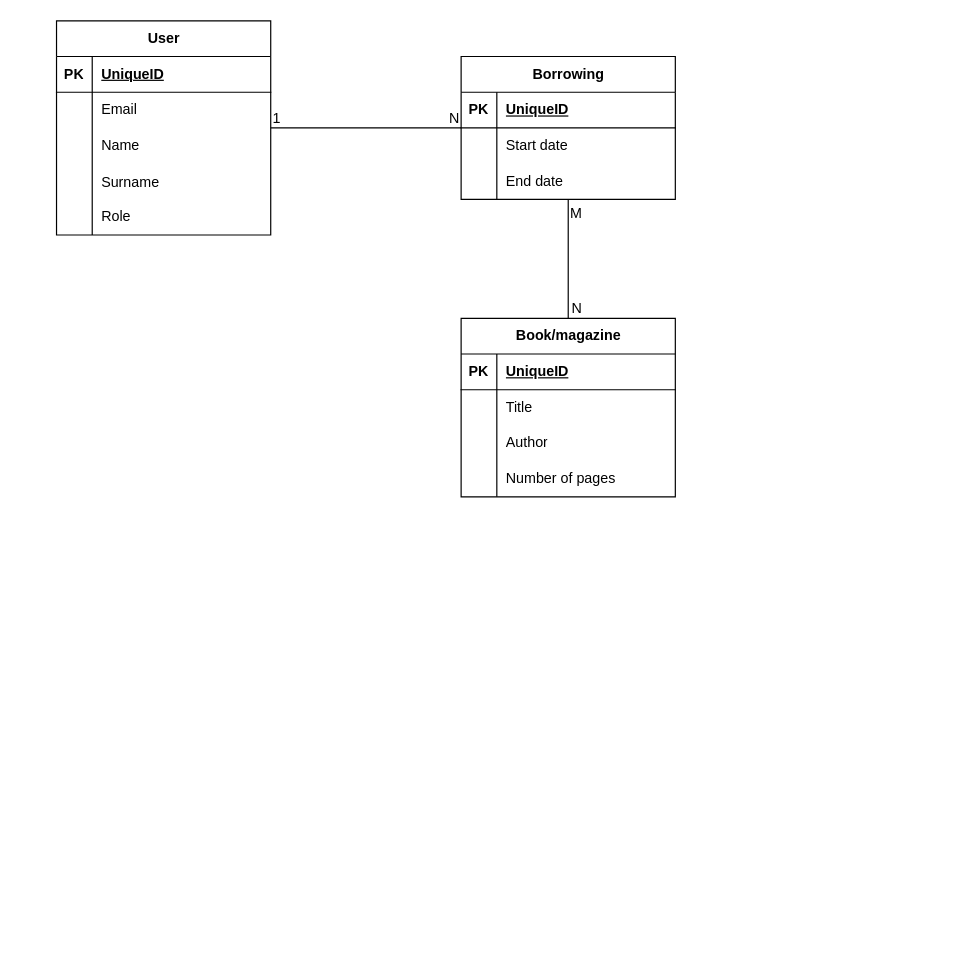
The draw.io diagram er.drawio in Martan03/IDS-project, before the edit. Source tidied: cells renumbered, new cells numbered last; positions are measured from the earlier drawing's top-left corner, leaving out a move shared by most shapes. Both pictures are drawn from the tidied source at 119%, with x=0, y=0 at pixel (56, 20).
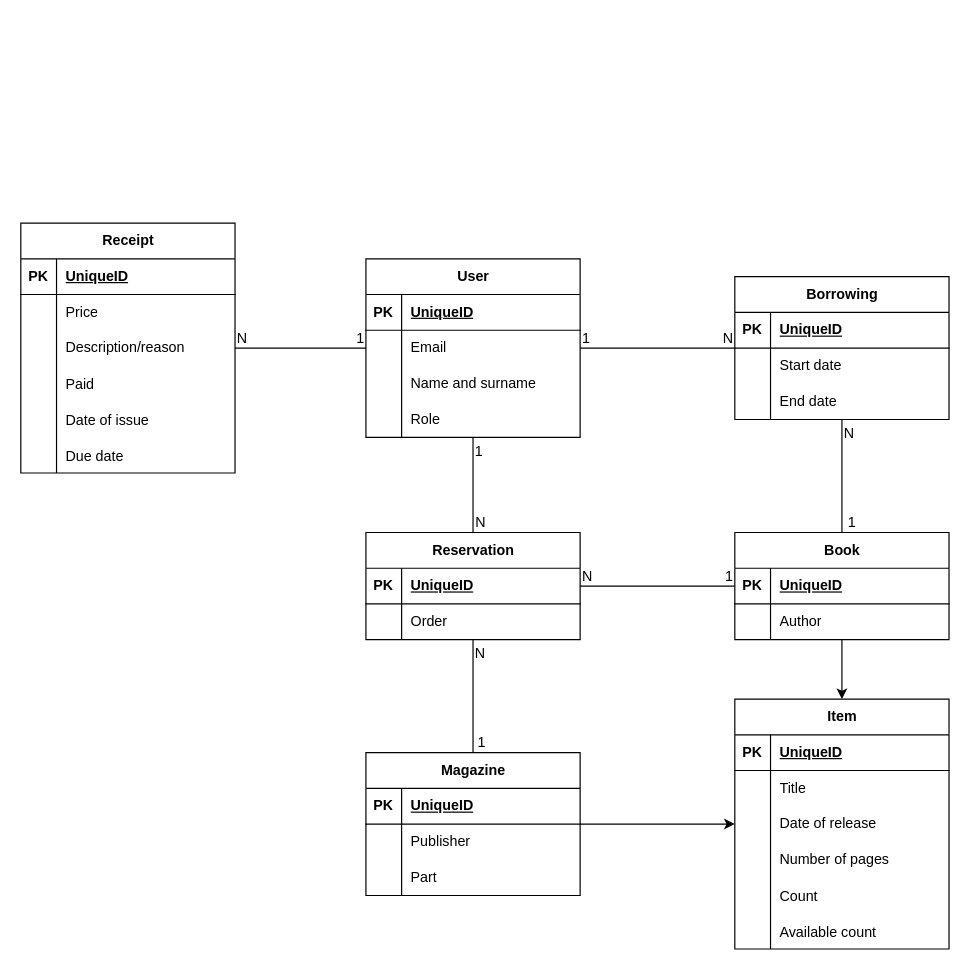
After the change.

The change refers to these unchanged cells:
```xml
<mxCell id="9" style="shape=tableRow;horizontal=0;startSize=0;swimlaneHead=0;swimlaneBody=0;fillColor=none;top=0;left=0;right=0;bottom=0;" parent="2" vertex="1">
  <mxGeometry y="90" width="180" height="30" as="geometry" />
</mxCell>
<mxCell id="44" style="endArrow=none;html=1;rounded=0;" parent="1" edge="1" source="31" target="18">
  <mxGeometry relative="1" as="geometry" />
</mxCell>
```

Change to the diagram source:
```diff
@@
     <mxCell id="2" value="User" style="shape=table;startSize=30;childLayout=tableLayout;rowLines=0;fontStyle=1;align=center;html=1;" parent="1" vertex="1">
-      <mxGeometry width="180" height="180" as="geometry" />
+      <mxGeometry x="260" y="200" width="180" height="150" as="geometry" />
     </mxCell>
@@
-    <mxCell id="11" value="Name" style="shape=partialRectangle;fillColor=none;top=0;left=0;bottom=0;right=0;align=left;spacingLeft=6;overflow=hidden;whiteSpace=wrap;html=1;" parent="9" vertex="1">
+    <mxCell id="11" value="Name and surname" style="shape=partialRectangle;fillColor=none;top=0;left=0;bottom=0;right=0;align=left;spacingLeft=6;overflow=hidden;whiteSpace=wrap;html=1;" parent="9" vertex="1">
       <mxGeometry x="30" width="150" height="30" as="geometry" />
     </mxCell>
-    <mxCell id="12" style="shape=tableRow;horizontal=0;startSize=0;swimlaneHead=0;swimlaneBody=0;fillColor=none;top=0;left=0;right=0;bottom=0;" parent="2" vertex="1">
-      <mxGeometry y="120" width="180" height="30" as="geometry" />
-    </mxCell>
-    <mxCell id="13" style="shape=partialRectangle;fillColor=none;top=0;left=0;bottom=0;right=0;overflow=hidden;" parent="12" vertex="1">
-      <mxGeometry width="30" height="30" as="geometry" />
-    </mxCell>
-    <mxCell id="14" value="Surname" style="shape=partialRectangle;fillColor=none;top=0;left=0;bottom=0;right=0;align=left;spacingLeft=6;overflow=hidden;" parent="12" vertex="1">
-      <mxGeometry x="30" width="150" height="30" as="geometry" />
-    </mxCell>
     <mxCell id="15" style="shape=tableRow;horizontal=0;startSize=0;swimlaneHead=0;swimlaneBody=0;fillColor=none;top=0;left=0;right=0;bottom=0;" parent="2" vertex="1">
-      <mxGeometry y="150" width="180" height="30" as="geometry" />
+      <mxGeometry y="120" width="180" height="30" as="geometry" />
     </mxCell>
@@
-    <mxCell id="18" value="Book/magazine" style="shape=table;startSize=30;childLayout=tableLayout;rowLines=0;fontStyle=1;align=center;html=1;" parent="1" vertex="1">
-      <mxGeometry x="340" y="250" width="180" height="150" as="geometry" />
+    <mxCell id="18" value="Book" style="shape=table;startSize=30;childLayout=tableLayout;rowLines=0;fontStyle=1;align=center;html=1;" parent="1" vertex="1">
+      <mxGeometry x="570" y="430" width="180" height="90" as="geometry" />
     </mxCell>
@@
-    <mxCell id="22" style="shape=tableRow;horizontal=0;startSize=0;swimlaneHead=0;swimlaneBody=0;fillColor=none;top=0;left=0;right=0;bottom=0;" parent="18" vertex="1">
-      <mxGeometry y="60" width="180" height="30" as="geometry" />
-    </mxCell>
-    <mxCell id="23" style="shape=partialRectangle;fillColor=none;top=0;left=0;bottom=0;right=0;overflow=hidden;whiteSpace=wrap;html=1;" parent="22" vertex="1">
-      <mxGeometry width="30" height="30" as="geometry" />
-    </mxCell>
-    <mxCell id="24" value="Title" style="shape=partialRectangle;fillColor=none;top=0;left=0;bottom=0;right=0;align=left;spacingLeft=6;overflow=hidden;whiteSpace=wrap;html=1;" parent="22" vertex="1">
-      <mxGeometry x="30" width="150" height="30" as="geometry" />
-    </mxCell>
     <mxCell id="25" style="shape=tableRow;horizontal=0;startSize=0;swimlaneHead=0;swimlaneBody=0;fillColor=none;top=0;left=0;right=0;bottom=0;" parent="18" vertex="1">
-      <mxGeometry y="90" width="180" height="30" as="geometry" />
+      <mxGeometry y="60" width="180" height="30" as="geometry" />
     </mxCell>
@@
-    <mxCell id="28" style="shape=tableRow;horizontal=0;startSize=0;swimlaneHead=0;swimlaneBody=0;fillColor=none;top=0;left=0;right=0;bottom=0;" parent="18" vertex="1">
-      <mxGeometry y="120" width="180" height="30" as="geometry" />
-    </mxCell>
-    <mxCell id="29" style="shape=partialRectangle;fillColor=none;top=0;left=0;bottom=0;right=0;overflow=hidden;whiteSpace=wrap;html=1;" parent="28" vertex="1">
-      <mxGeometry width="30" height="30" as="geometry" />
-    </mxCell>
-    <mxCell id="30" value="Number of pages" style="shape=partialRectangle;fillColor=none;top=0;left=0;bottom=0;right=0;align=left;spacingLeft=6;overflow=hidden;whiteSpace=wrap;html=1;" parent="28" vertex="1">
-      <mxGeometry x="30" width="150" height="30" as="geometry" />
-    </mxCell>
     <mxCell id="31" value="Borrowing" style="shape=table;startSize=30;childLayout=tableLayout;rowLines=0;fontStyle=1;align=center;html=1;" parent="1" vertex="1">
-      <mxGeometry x="340" y="30" width="180" height="120" as="geometry" />
+      <mxGeometry x="570" y="215" width="180" height="120" as="geometry" />
     </mxCell>
@@
-    <mxCell id="45" value="M" style="html=1;whiteSpace=wrap;align=left;verticalAlign=bottom;" parent="44" vertex="1">
+    <mxCell id="45" value="N" style="html=1;whiteSpace=wrap;align=left;verticalAlign=bottom;" parent="44" vertex="1">
       <mxGeometry x="-1" relative="1" as="geometry">
         <mxPoint y="20" as="offset" />
       </mxGeometry>
     </mxCell>
-    <mxCell id="46" value="N" style="html=1;whiteSpace=wrap;align=right;verticalAlign=bottom;" parent="44" vertex="1">
+    <mxCell id="46" value="1" style="html=1;whiteSpace=wrap;align=right;verticalAlign=bottom;" parent="44" vertex="1">
       <mxGeometry x="1" relative="1" as="geometry">
         <mxPoint x="13" as="offset" />
       </mxGeometry>
     </mxCell>
+    <mxCell id="47" value="Reservation" style="shape=table;startSize=30;childLayout=tableLayout;rowLines=0;fontStyle=1;align=center;html=1;" parent="1" vertex="1">
+      <mxGeometry x="260" y="430" width="180" height="90" as="geometry" />
+    </mxCell>
+    <mxCell id="48" style="shape=tableRow;horizontal=0;startSize=0;swimlaneHead=0;swimlaneBody=0;fillColor=none;top=0;left=0;right=0;bottom=1;" parent="47" vertex="1">
+      <mxGeometry y="30" width="180" height="30" as="geometry" />
+    </mxCell>
+    <mxCell id="49" value="PK" style="shape=partialRectangle;fillColor=none;top=0;left=0;bottom=0;right=0;fontStyle=1;overflow=hidden;whiteSpace=wrap;html=1;" parent="48" vertex="1">
+      <mxGeometry width="30" height="30" as="geometry" />
+    </mxCell>
+    <mxCell id="50" value="UniqueID" style="shape=partialRectangle;fillColor=none;top=0;left=0;bottom=0;right=0;align=left;spacingLeft=6;fontStyle=5;overflow=hidden;whiteSpace=wrap;html=1;" parent="48" vertex="1">
+      <mxGeometry x="30" width="150" height="30" as="geometry" />
+    </mxCell>
+    <mxCell id="51" style="shape=tableRow;horizontal=0;startSize=0;swimlaneHead=0;swimlaneBody=0;fillColor=none;top=0;left=0;right=0;bottom=0;" parent="47" vertex="1">
+      <mxGeometry y="60" width="180" height="30" as="geometry" />
+    </mxCell>
+    <mxCell id="52" style="shape=partialRectangle;fillColor=none;top=0;left=0;bottom=0;right=0;overflow=hidden;whiteSpace=wrap;html=1;" parent="51" vertex="1">
+      <mxGeometry width="30" height="30" as="geometry" />
+    </mxCell>
+    <mxCell id="53" value="Order" style="shape=partialRectangle;fillColor=none;top=0;left=0;bottom=0;right=0;align=left;spacingLeft=6;overflow=hidden;whiteSpace=wrap;html=1;" parent="51" vertex="1">
+      <mxGeometry x="30" width="150" height="30" as="geometry" />
+    </mxCell>
+    <mxCell id="54" style="endArrow=none;html=1;rounded=0;" parent="1" edge="1" source="2" target="47">
+      <mxGeometry relative="1" as="geometry" />
+    </mxCell>
+    <mxCell id="55" value="1" style="html=1;whiteSpace=wrap;align=left;verticalAlign=bottom;" parent="54" vertex="1">
+      <mxGeometry x="-1" relative="1" as="geometry">
+        <mxPoint y="20" as="offset" />
+      </mxGeometry>
+    </mxCell>
+    <mxCell id="56" value="N" style="html=1;whiteSpace=wrap;align=right;verticalAlign=bottom;" parent="54" vertex="1">
+      <mxGeometry x="1" relative="1" as="geometry">
+        <mxPoint x="12" as="offset" />
+      </mxGeometry>
+    </mxCell>
+    <mxCell id="57" style="endArrow=none;html=1;rounded=0;" parent="1" edge="1" source="47" target="18">
+      <mxGeometry relative="1" as="geometry" />
+    </mxCell>
+    <mxCell id="58" value="N" style="html=1;whiteSpace=wrap;align=left;verticalAlign=bottom;" parent="57" vertex="1">
+      <mxGeometry x="-1" relative="1" as="geometry" />
+    </mxCell>
+    <mxCell id="59" value="1" style="html=1;whiteSpace=wrap;align=right;verticalAlign=bottom;" parent="57" vertex="1">
+      <mxGeometry x="1" relative="1" as="geometry" />
+    </mxCell>
+    <mxCell id="60" value="Item" style="shape=table;startSize=30;childLayout=tableLayout;rowLines=0;fontStyle=1;align=center;html=1;" parent="1" vertex="1">
+      <mxGeometry x="570" y="570" width="180" height="210" as="geometry" />
+    </mxCell>
+    <mxCell id="61" style="shape=tableRow;horizontal=0;startSize=0;swimlaneHead=0;swimlaneBody=0;fillColor=none;top=0;left=0;right=0;bottom=1;" parent="60" vertex="1">
+      <mxGeometry y="30" width="180" height="30" as="geometry" />
+    </mxCell>
+    <mxCell id="62" value="PK" style="shape=partialRectangle;fillColor=none;top=0;left=0;bottom=0;right=0;fontStyle=1;overflow=hidden;whiteSpace=wrap;html=1;" parent="61" vertex="1">
+      <mxGeometry width="30" height="30" as="geometry" />
+    </mxCell>
+    <mxCell id="63" value="UniqueID" style="shape=partialRectangle;fillColor=none;top=0;left=0;bottom=0;right=0;align=left;spacingLeft=6;fontStyle=5;overflow=hidden;whiteSpace=wrap;html=1;" parent="61" vertex="1">
+      <mxGeometry x="30" width="150" height="30" as="geometry" />
+    </mxCell>
+    <mxCell id="64" style="shape=tableRow;horizontal=0;startSize=0;swimlaneHead=0;swimlaneBody=0;fillColor=none;top=0;left=0;right=0;bottom=0;" parent="60" vertex="1">
+      <mxGeometry y="60" width="180" height="30" as="geometry" />
+    </mxCell>
+    <mxCell id="65" style="shape=partialRectangle;fillColor=none;top=0;left=0;bottom=0;right=0;overflow=hidden;whiteSpace=wrap;html=1;" parent="64" vertex="1">
+      <mxGeometry width="30" height="30" as="geometry" />
+    </mxCell>
+    <mxCell id="24" value="Title" style="shape=partialRectangle;fillColor=none;top=0;left=0;bottom=0;right=0;align=left;spacingLeft=6;overflow=hidden;whiteSpace=wrap;html=1;" parent="64" vertex="1">
+      <mxGeometry x="30" width="150" height="30" as="geometry" />
+    </mxCell>
+    <mxCell id="66" style="shape=tableRow;horizontal=0;startSize=0;swimlaneHead=0;swimlaneBody=0;fillColor=none;top=0;left=0;right=0;bottom=0;" parent="60" vertex="1">
+      <mxGeometry y="90" width="180" height="30" as="geometry" />
+    </mxCell>
+    <mxCell id="67" style="shape=partialRectangle;fillColor=none;top=0;left=0;bottom=0;right=0;overflow=hidden;whiteSpace=wrap;html=1;" parent="66" vertex="1">
+      <mxGeometry width="30" height="30" as="geometry" />
+    </mxCell>
+    <mxCell id="68" value="Date of release" style="shape=partialRectangle;fillColor=none;top=0;left=0;bottom=0;right=0;align=left;spacingLeft=6;overflow=hidden;whiteSpace=wrap;html=1;" parent="66" vertex="1">
+      <mxGeometry x="30" width="150" height="30" as="geometry" />
+    </mxCell>
+    <mxCell id="69" style="shape=tableRow;horizontal=0;startSize=0;swimlaneHead=0;swimlaneBody=0;fillColor=none;top=0;left=0;right=0;bottom=0;" parent="60" vertex="1">
+      <mxGeometry y="120" width="180" height="30" as="geometry" />
+    </mxCell>
+    <mxCell id="70" style="shape=partialRectangle;fillColor=none;top=0;left=0;bottom=0;right=0;overflow=hidden;whiteSpace=wrap;html=1;" parent="69" vertex="1">
+      <mxGeometry width="30" height="30" as="geometry" />
+    </mxCell>
+    <mxCell id="30" value="Number of pages" style="shape=partialRectangle;fillColor=none;top=0;left=0;bottom=0;right=0;align=left;spacingLeft=6;overflow=hidden;whiteSpace=wrap;html=1;" parent="69" vertex="1">
+      <mxGeometry x="30" width="150" height="30" as="geometry" />
+    </mxCell>
+    <mxCell id="71" style="shape=tableRow;horizontal=0;startSize=0;swimlaneHead=0;swimlaneBody=0;fillColor=none;top=0;left=0;right=0;bottom=0;" parent="60" vertex="1">
+      <mxGeometry y="150" width="180" height="30" as="geometry" />
+    </mxCell>
+    <mxCell id="72" style="shape=partialRectangle;fillColor=none;top=0;left=0;bottom=0;right=0;overflow=hidden;" parent="71" vertex="1">
+      <mxGeometry width="30" height="30" as="geometry" />
+    </mxCell>
+    <mxCell id="73" value="Count" style="shape=partialRectangle;fillColor=none;top=0;left=0;bottom=0;right=0;align=left;spacingLeft=6;overflow=hidden;" parent="71" vertex="1">
+      <mxGeometry x="30" width="150" height="30" as="geometry" />
+    </mxCell>
+    <mxCell id="74" style="shape=tableRow;horizontal=0;startSize=0;swimlaneHead=0;swimlaneBody=0;fillColor=none;top=0;left=0;right=0;bottom=0;" parent="60" vertex="1">
+      <mxGeometry y="180" width="180" height="30" as="geometry" />
+    </mxCell>
+    <mxCell id="75" style="shape=partialRectangle;fillColor=none;top=0;left=0;bottom=0;right=0;overflow=hidden;" parent="74" vertex="1">
+      <mxGeometry width="30" height="30" as="geometry" />
+    </mxCell>
+    <mxCell id="76" value="Available count" style="shape=partialRectangle;fillColor=none;top=0;left=0;bottom=0;right=0;align=left;spacingLeft=6;overflow=hidden;" parent="74" vertex="1">
+      <mxGeometry x="30" width="150" height="30" as="geometry" />
+    </mxCell>
+    <mxCell id="77" value="Magazine" style="shape=table;startSize=30;childLayout=tableLayout;rowLines=0;fontStyle=1;align=center;html=1;" parent="1" vertex="1">
+      <mxGeometry x="260" y="615" width="180" height="120" as="geometry" />
+    </mxCell>
+    <mxCell id="78" style="shape=tableRow;horizontal=0;startSize=0;swimlaneHead=0;swimlaneBody=0;fillColor=none;top=0;left=0;right=0;bottom=1;" parent="77" vertex="1">
+      <mxGeometry y="30" width="180" height="30" as="geometry" />
+    </mxCell>
+    <mxCell id="79" value="PK" style="shape=partialRectangle;fillColor=none;top=0;left=0;bottom=0;right=0;fontStyle=1;overflow=hidden;whiteSpace=wrap;html=1;" parent="78" vertex="1">
+      <mxGeometry width="30" height="30" as="geometry" />
+    </mxCell>
+    <mxCell id="80" value="UniqueID" style="shape=partialRectangle;fillColor=none;top=0;left=0;bottom=0;right=0;align=left;spacingLeft=6;fontStyle=5;overflow=hidden;whiteSpace=wrap;html=1;" parent="78" vertex="1">
+      <mxGeometry x="30" width="150" height="30" as="geometry" />
+    </mxCell>
+    <mxCell id="81" style="shape=tableRow;horizontal=0;startSize=0;swimlaneHead=0;swimlaneBody=0;fillColor=none;top=0;left=0;right=0;bottom=0;" parent="77" vertex="1">
+      <mxGeometry y="60" width="180" height="30" as="geometry" />
+    </mxCell>
+    <mxCell id="82" style="shape=partialRectangle;fillColor=none;top=0;left=0;bottom=0;right=0;overflow=hidden;whiteSpace=wrap;html=1;" parent="81" vertex="1">
+      <mxGeometry width="30" height="30" as="geometry" />
+    </mxCell>
+    <mxCell id="83" value="Publisher" style="shape=partialRectangle;fillColor=none;top=0;left=0;bottom=0;right=0;align=left;spacingLeft=6;overflow=hidden;whiteSpace=wrap;html=1;" parent="81" vertex="1">
+      <mxGeometry x="30" width="150" height="30" as="geometry" />
+    </mxCell>
+    <mxCell id="84" style="shape=tableRow;horizontal=0;startSize=0;swimlaneHead=0;swimlaneBody=0;fillColor=none;top=0;left=0;right=0;bottom=0;" parent="77" vertex="1">
+      <mxGeometry y="90" width="180" height="30" as="geometry" />
+    </mxCell>
+    <mxCell id="85" style="shape=partialRectangle;fillColor=none;top=0;left=0;bottom=0;right=0;overflow=hidden;whiteSpace=wrap;html=1;" parent="84" vertex="1">
+      <mxGeometry width="30" height="30" as="geometry" />
+    </mxCell>
+    <mxCell id="86" value="Part" style="shape=partialRectangle;fillColor=none;top=0;left=0;bottom=0;right=0;align=left;spacingLeft=6;overflow=hidden;whiteSpace=wrap;html=1;" parent="84" vertex="1">
+      <mxGeometry x="30" width="150" height="30" as="geometry" />
+    </mxCell>
+    <mxCell id="87" style="endArrow=classic;html=1;rounded=0;" parent="1" edge="1" source="18" target="60">
+      <mxGeometry relative="1" as="geometry" />
+    </mxCell>
+    <mxCell id="88" style="endArrow=classic;html=1;rounded=0;" parent="1" edge="1" source="77" target="60">
+      <mxGeometry relative="1" as="geometry" />
+    </mxCell>
+    <mxCell id="89" style="endArrow=none;html=1;rounded=0;" parent="1" edge="1" source="47" target="77">
+      <mxGeometry relative="1" as="geometry" />
+    </mxCell>
+    <mxCell id="90" value="N" style="html=1;whiteSpace=wrap;align=left;verticalAlign=bottom;" parent="89" vertex="1">
+      <mxGeometry x="-1" relative="1" as="geometry">
+        <mxPoint y="20" as="offset" />
+      </mxGeometry>
+    </mxCell>
+    <mxCell id="91" value="1" style="html=1;whiteSpace=wrap;align=right;verticalAlign=bottom;" parent="89" vertex="1">
+      <mxGeometry x="1" relative="1" as="geometry">
+        <mxPoint x="12" as="offset" />
+      </mxGeometry>
+    </mxCell>
+    <mxCell id="92" value="Receipt" style="shape=table;startSize=30;childLayout=tableLayout;rowLines=0;fontStyle=1;align=center;html=1;" parent="1" vertex="1">
+      <mxGeometry x="-30" y="170" width="180" height="210" as="geometry" />
+    </mxCell>
+    <mxCell id="93" style="shape=tableRow;horizontal=0;startSize=0;swimlaneHead=0;swimlaneBody=0;fillColor=none;top=0;left=0;right=0;bottom=1;" parent="92" vertex="1">
+      <mxGeometry y="30" width="180" height="30" as="geometry" />
+    </mxCell>
+    <mxCell id="94" value="PK" style="shape=partialRectangle;fillColor=none;top=0;left=0;bottom=0;right=0;fontStyle=1;overflow=hidden;whiteSpace=wrap;html=1;" parent="93" vertex="1">
+      <mxGeometry width="30" height="30" as="geometry" />
+    </mxCell>
+    <mxCell id="95" value="UniqueID" style="shape=partialRectangle;fillColor=none;top=0;left=0;bottom=0;right=0;align=left;spacingLeft=6;fontStyle=5;overflow=hidden;whiteSpace=wrap;html=1;" parent="93" vertex="1">
+      <mxGeometry x="30" width="150" height="30" as="geometry" />
+    </mxCell>
+    <mxCell id="96" style="shape=tableRow;horizontal=0;startSize=0;swimlaneHead=0;swimlaneBody=0;fillColor=none;top=0;left=0;right=0;bottom=0;" parent="92" vertex="1">
+      <mxGeometry y="60" width="180" height="30" as="geometry" />
+    </mxCell>
+    <mxCell id="97" style="shape=partialRectangle;fillColor=none;top=0;left=0;bottom=0;right=0;overflow=hidden;whiteSpace=wrap;html=1;" parent="96" vertex="1">
+      <mxGeometry width="30" height="30" as="geometry" />
+    </mxCell>
+    <mxCell id="98" value="Price" style="shape=partialRectangle;fillColor=none;top=0;left=0;bottom=0;right=0;align=left;spacingLeft=6;overflow=hidden;whiteSpace=wrap;html=1;" parent="96" vertex="1">
+      <mxGeometry x="30" width="150" height="30" as="geometry" />
+    </mxCell>
+    <mxCell id="99" style="shape=tableRow;horizontal=0;startSize=0;swimlaneHead=0;swimlaneBody=0;fillColor=none;top=0;left=0;right=0;bottom=0;" parent="92" vertex="1">
+      <mxGeometry y="90" width="180" height="30" as="geometry" />
+    </mxCell>
+    <mxCell id="100" style="shape=partialRectangle;fillColor=none;top=0;left=0;bottom=0;right=0;overflow=hidden;whiteSpace=wrap;html=1;" parent="99" vertex="1">
+      <mxGeometry width="30" height="30" as="geometry" />
+    </mxCell>
+    <mxCell id="101" value="Description/reason" style="shape=partialRectangle;fillColor=none;top=0;left=0;bottom=0;right=0;align=left;spacingLeft=6;overflow=hidden;whiteSpace=wrap;html=1;" parent="99" vertex="1">
+      <mxGeometry x="30" width="150" height="30" as="geometry" />
+    </mxCell>
+    <mxCell id="102" style="shape=tableRow;horizontal=0;startSize=0;swimlaneHead=0;swimlaneBody=0;fillColor=none;top=0;left=0;right=0;bottom=0;" parent="92" vertex="1">
+      <mxGeometry y="120" width="180" height="30" as="geometry" />
+    </mxCell>
+    <mxCell id="103" style="shape=partialRectangle;fillColor=none;top=0;left=0;bottom=0;right=0;overflow=hidden;" parent="102" vertex="1">
+      <mxGeometry width="30" height="30" as="geometry" />
+    </mxCell>
+    <mxCell id="104" value="Paid" style="shape=partialRectangle;fillColor=none;top=0;left=0;bottom=0;right=0;align=left;spacingLeft=6;overflow=hidden;" parent="102" vertex="1">
+      <mxGeometry x="30" width="150" height="30" as="geometry" />
+    </mxCell>
+    <mxCell id="105" style="shape=tableRow;horizontal=0;startSize=0;swimlaneHead=0;swimlaneBody=0;fillColor=none;top=0;left=0;right=0;bottom=0;" parent="92" vertex="1">
+      <mxGeometry y="150" width="180" height="30" as="geometry" />
+    </mxCell>
+    <mxCell id="106" style="shape=partialRectangle;fillColor=none;top=0;left=0;bottom=0;right=0;overflow=hidden;" parent="105" vertex="1">
+      <mxGeometry width="30" height="30" as="geometry" />
+    </mxCell>
+    <mxCell id="107" value="Date of issue" style="shape=partialRectangle;fillColor=none;top=0;left=0;bottom=0;right=0;align=left;spacingLeft=6;overflow=hidden;" parent="105" vertex="1">
+      <mxGeometry x="30" width="150" height="30" as="geometry" />
+    </mxCell>
+    <mxCell id="108" style="shape=tableRow;horizontal=0;startSize=0;swimlaneHead=0;swimlaneBody=0;fillColor=none;top=0;left=0;right=0;bottom=0;" parent="92" vertex="1">
+      <mxGeometry y="180" width="180" height="30" as="geometry" />
+    </mxCell>
+    <mxCell id="109" style="shape=partialRectangle;fillColor=none;top=0;left=0;bottom=0;right=0;overflow=hidden;" parent="108" vertex="1">
+      <mxGeometry width="30" height="30" as="geometry" />
+    </mxCell>
+    <mxCell id="110" value="Due date" style="shape=partialRectangle;fillColor=none;top=0;left=0;bottom=0;right=0;align=left;spacingLeft=6;overflow=hidden;" parent="108" vertex="1">
+      <mxGeometry x="30" width="150" height="30" as="geometry" />
+    </mxCell>
+    <mxCell id="111" style="endArrow=none;html=1;rounded=0;" parent="1" edge="1" source="92" target="2">
+      <mxGeometry relative="1" as="geometry" />
+    </mxCell>
+    <mxCell id="112" value="N" style="html=1;whiteSpace=wrap;align=left;verticalAlign=bottom;" parent="111" vertex="1">
+      <mxGeometry x="-1" relative="1" as="geometry" />
+    </mxCell>
+    <mxCell id="113" value="1" style="html=1;whiteSpace=wrap;align=right;verticalAlign=bottom;" parent="111" vertex="1">
+      <mxGeometry x="1" relative="1" as="geometry" />
+    </mxCell>
```
